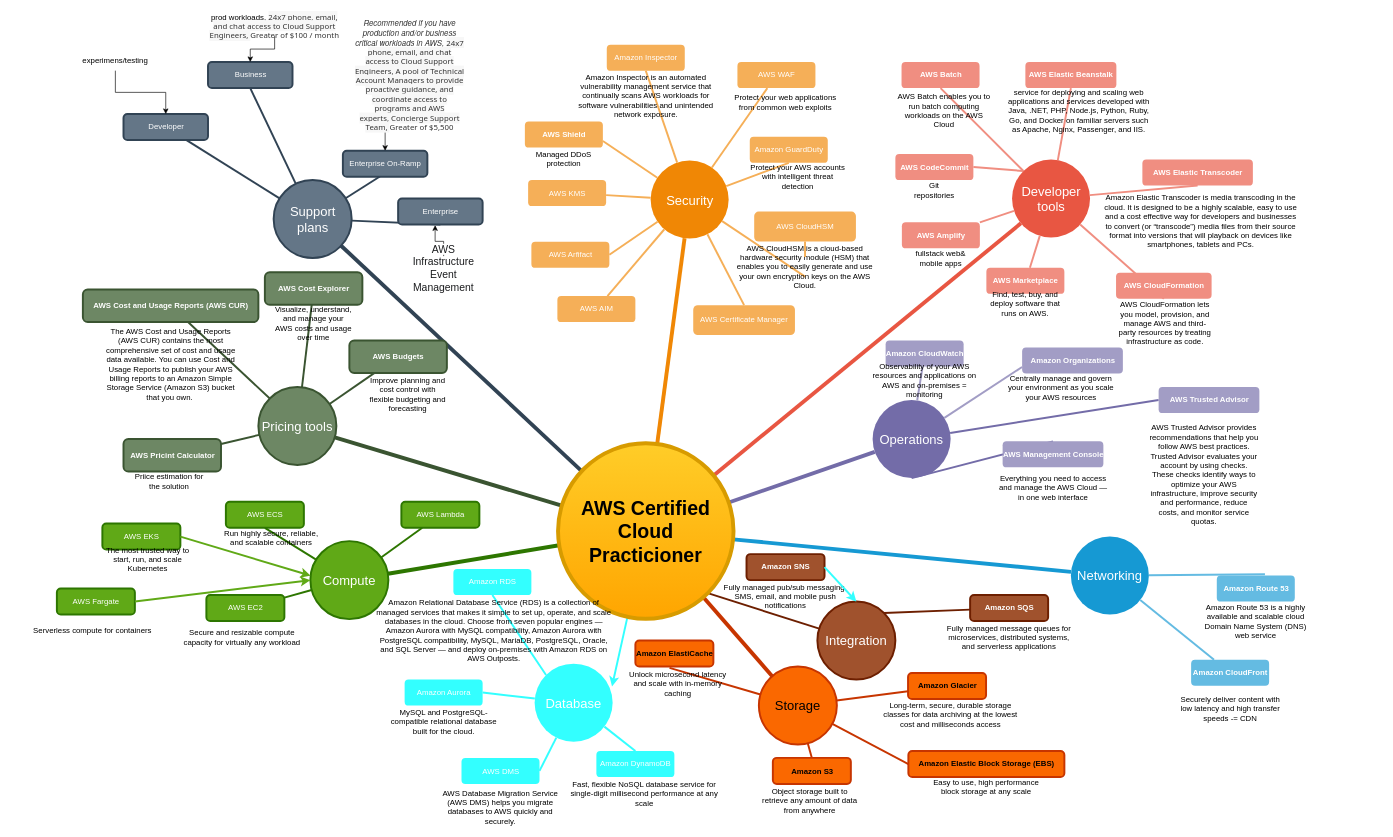
The draw.io diagram mindmap.drawio in stefanbertos/aws-certified-cloud-practicioner, before the edit. Source tidied: cells renumbered, new cells numbered last; positions are measured from the earlier drawing's top-left corner, leaving out a move shared by most shapes. Both pictures are drawn from the tidied source at 65%, with x=0, y=0 at pixel (11, 16).
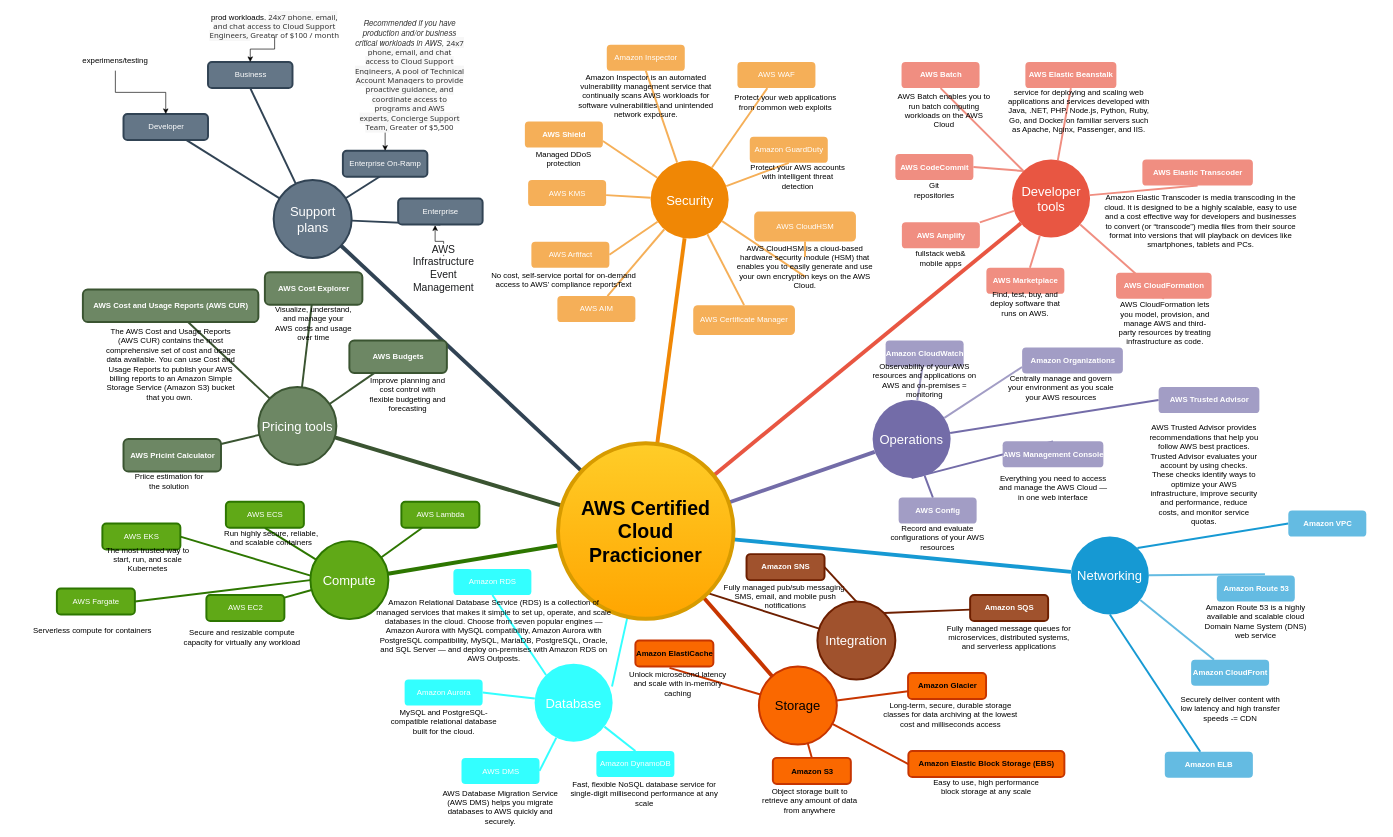
After the change.

The change refers to these unchanged cells:
```xml
<mxCell id="6" value="Networking" style="ellipse;whiteSpace=wrap;html=1;shadow=0;fontFamily=Helvetica;fontSize=20;fontColor=#FFFFFF;align=center;strokeWidth=3;fillColor=#1699D3;strokeColor=none;" parent="1" vertex="1">
  <mxGeometry x="1630" y="800" width="120" height="120" as="geometry" />
</mxCell>
<mxCell id="10" value="Operations" style="ellipse;whiteSpace=wrap;html=1;shadow=0;fontFamily=Helvetica;fontSize=20;fontColor=#FFFFFF;align=center;strokeWidth=3;fillColor=#736CA8;strokeColor=none;" parent="1" vertex="1">
  <mxGeometry x="1325" y="590" width="120" height="120" as="geometry" />
</mxCell>
<mxCell id="53" value="AWS Certified Cloud &lt;br&gt;Practicioner" style="ellipse;whiteSpace=wrap;html=1;shadow=0;fontFamily=Helvetica;fontSize=30;align=center;strokeColor=#d79b00;strokeWidth=6;fillColor=#ffcd28;fontStyle=1;gradientColor=#ffa500;" parent="1" vertex="1">
  <mxGeometry x="841" y="656.5" width="270" height="270" as="geometry" />
</mxCell>
<mxCell id="54" value="Compute" style="ellipse;whiteSpace=wrap;html=1;shadow=0;fontFamily=Helvetica;fontSize=20;fontColor=#ffffff;align=center;strokeWidth=3;fillColor=#60a917;strokeColor=#2D7600;" parent="1" vertex="1">
  <mxGeometry x="460" y="807" width="120" height="120" as="geometry" />
</mxCell>
<mxCell id="105" value="Database" style="ellipse;whiteSpace=wrap;html=1;shadow=0;fontFamily=Helvetica;fontSize=20;fontColor=#FFFFFF;align=center;strokeWidth=3;fillColor=#33FFFF;strokeColor=none;" parent="104" vertex="1">
  <mxGeometry x="275" y="35.5" width="120" height="120" as="geometry" />
</mxCell>
<mxCell id="129" value="Integration" style="ellipse;whiteSpace=wrap;html=1;shadow=0;fontFamily=Helvetica;fontSize=20;align=center;strokeWidth=3;fillColor=#a0522d;strokeColor=#6D1F00;fontColor=#ffffff;" parent="1" vertex="1">
  <mxGeometry x="1240" y="900" width="120" height="120" as="geometry" />
</mxCell>
<mxCell id="195" value="Amazon SNS" style="rounded=1;fillColor=#a0522d;strokeColor=#6D1F00;strokeWidth=3;shadow=0;html=1;fontColor=#ffffff;fontStyle=1;" parent="194" vertex="1">
  <mxGeometry x="45" width="120" height="40" as="geometry" />
</mxCell>
<mxCell id="199" value="AWS EKS" style="rounded=1;fillColor=#60A917;strokeColor=#2D7600;strokeWidth=3;shadow=0;html=1;fontColor=#ffffff;" parent="198" vertex="1">
  <mxGeometry x="10" width="120" height="40" as="geometry" />
</mxCell>
<mxCell id="204" value="AWS Fargate" style="rounded=1;fillColor=#60a917;strokeColor=#2D7600;strokeWidth=3;shadow=0;html=1;fontColor=#ffffff;" parent="203" vertex="1">
  <mxGeometry x="50" width="120" height="40" as="geometry" />
</mxCell>
```

What changed in the source:
```diff
@@
+    <mxCell id="207" style="edgeStyle=none;rounded=0;jettySize=auto;html=1;exitX=1;exitY=0;exitDx=0;exitDy=0;entryX=0;entryY=0.5;entryDx=0;entryDy=0;strokeColor=#1699D3;strokeWidth=3;endArrow=none;endFill=0;" parent="1" edge="1" source="6" target="211">
+      <mxGeometry relative="1" as="geometry" />
+    </mxCell>
+    <mxCell id="208" style="edgeStyle=none;rounded=0;jettySize=auto;html=1;exitX=0.5;exitY=1;exitDx=0;exitDy=0;strokeColor=#1699D3;strokeWidth=3;endArrow=none;endFill=0;" parent="1" edge="1" source="6" target="213">
+      <mxGeometry relative="1" as="geometry" />
+    </mxCell>
@@
+    <mxCell id="209" style="edgeStyle=none;rounded=0;jettySize=auto;html=1;endArrow=none;endFill=0;strokeColor=#736CA8;strokeWidth=3;" parent="1" edge="1" source="10" target="215">
+      <mxGeometry relative="1" as="geometry" />
+    </mxCell>
@@
-    <mxCell id="52" style="rounded=0;jettySize=auto;html=1;entryX=0.992;entryY=0.292;entryDx=0;entryDy=0;entryPerimeter=0;strokeColor=#33FFFF;strokeWidth=3;" parent="1" edge="1" source="53" target="105">
+    <mxCell id="52" style="rounded=0;jettySize=auto;html=1;entryX=0.992;entryY=0.292;entryDx=0;entryDy=0;entryPerimeter=0;strokeColor=#33FFFF;strokeWidth=3;endArrow=none;endFill=0;" parent="1" edge="1" source="53" target="105">
       <mxGeometry relative="1" as="geometry" />
     </mxCell>
@@
-    <mxCell id="60" value="AWS Arfifact" style="rounded=1;fillColor=#f5af58;strokeColor=none;strokeWidth=3;shadow=0;html=1;fontColor=#FFFFFF;" parent="1" vertex="1">
-      <mxGeometry x="800" y="346.5" width="120" height="40" as="geometry" />
-    </mxCell>
@@
-    <mxCell id="197" style="edgeStyle=none;rounded=0;jettySize=auto;html=1;exitX=1;exitY=0.5;exitDx=0;exitDy=0;entryX=0.5;entryY=0;entryDx=0;entryDy=0;strokeColor=#33FFFF;strokeWidth=3;" parent="1" edge="1" source="195" target="129">
+    <mxCell id="197" style="edgeStyle=none;rounded=0;jettySize=auto;html=1;exitX=1;exitY=0.5;exitDx=0;exitDy=0;entryX=0.5;entryY=0;entryDx=0;entryDy=0;strokeColor=#6D1F00;strokeWidth=3;endArrow=none;endFill=0;" parent="1" edge="1" source="195" target="129">
       <mxGeometry relative="1" as="geometry" />
     </mxCell>
@@
-    <mxCell id="201" style="edgeStyle=none;rounded=0;jettySize=auto;html=1;exitX=1;exitY=0.5;exitDx=0;exitDy=0;entryX=0.003;entryY=0.443;entryDx=0;entryDy=0;entryPerimeter=0;strokeColor=#60A917;strokeWidth=3;" parent="1" edge="1" source="199" target="54">
+    <mxCell id="201" style="edgeStyle=none;rounded=0;jettySize=auto;html=1;exitX=1;exitY=0.5;exitDx=0;exitDy=0;entryX=0.003;entryY=0.443;entryDx=0;entryDy=0;entryPerimeter=0;strokeColor=#2D7600;strokeWidth=3;endArrow=none;endFill=0;" parent="1" edge="1" source="199" target="54">
       <mxGeometry relative="1" as="geometry" />
     </mxCell>
@@
-    <mxCell id="206" style="edgeStyle=none;rounded=0;jettySize=auto;html=1;exitX=1;exitY=0.5;exitDx=0;exitDy=0;entryX=0;entryY=0.5;entryDx=0;entryDy=0;strokeColor=#60A917;strokeWidth=3;" parent="1" edge="1" source="204" target="54">
+    <mxCell id="206" style="edgeStyle=none;rounded=0;jettySize=auto;html=1;exitX=1;exitY=0.5;exitDx=0;exitDy=0;entryX=0;entryY=0.5;entryDx=0;entryDy=0;strokeColor=#2D7600;strokeWidth=3;endArrow=none;endFill=0;" parent="1" edge="1" source="204" target="54">
       <mxGeometry relative="1" as="geometry" />
     </mxCell>
+    <mxCell id="210" style="group;" parent="1" vertex="1">
+      <mxGeometry x="1940" y="750" width="169" height="100" as="geometry" />
+    </mxCell>
+    <mxCell id="211" value="Amazon VPC" style="rounded=1;fillColor=#64BBE2;strokeColor=none;strokeWidth=3;shadow=0;html=1;fontColor=#FFFFFF;fontStyle=1;" parent="210" vertex="1">
+      <mxGeometry x="24.5" y="10" width="120" height="40" as="geometry" />
+    </mxCell>
+    <mxCell id="212" style="group;" parent="1" vertex="1">
+      <mxGeometry x="1750" y="1121" width="169" height="100" as="geometry" />
+    </mxCell>
+    <mxCell id="213" value="Amazon ELB" style="rounded=1;fillColor=#64BBE2;strokeColor=none;strokeWidth=3;shadow=0;html=1;fontColor=#FFFFFF;fontStyle=1;" parent="212" vertex="1">
+      <mxGeometry x="24.5" y="10" width="135.5" height="40" as="geometry" />
+    </mxCell>
+    <mxCell id="214" style="group;" parent="1" vertex="1">
+      <mxGeometry x="1340" y="740" width="170" height="76.5" as="geometry" />
+    </mxCell>
+    <mxCell id="215" value="AWS Config" style="rounded=1;fillColor=#a29dc5;strokeColor=none;strokeWidth=3;shadow=0;html=1;fontColor=#FFFFFF;fontStyle=1;" parent="214" vertex="1">
+      <mxGeometry x="25" width="120" height="40" as="geometry" />
+    </mxCell>
+    <mxCell id="216" value="Record and evaluate configurations of your AWS resources" style="text;html=1;strokeColor=none;fillColor=none;align=center;verticalAlign=middle;whiteSpace=wrap;rounded=0;" parent="214" vertex="1">
+      <mxGeometry y="46.5" width="170" height="30" as="geometry" />
+    </mxCell>
+    <mxCell id="217" style="group;" parent="1" vertex="1">
+      <mxGeometry x="735" y="346.5" width="230" height="73.5" as="geometry" />
+    </mxCell>
+    <mxCell id="60" value="AWS Arfifact" style="rounded=1;fillColor=#f5af58;strokeColor=none;strokeWidth=3;shadow=0;html=1;fontColor=#FFFFFF;" parent="217" vertex="1">
+      <mxGeometry x="65" width="120" height="40" as="geometry" />
+    </mxCell>
+    <mxCell id="218" value="No cost, self-service portal for on-demand access to AWS’ compliance reportsText" style="text;html=1;strokeColor=none;fillColor=none;align=center;verticalAlign=middle;whiteSpace=wrap;rounded=0;" parent="217" vertex="1">
+      <mxGeometry y="43.5" width="230" height="30" as="geometry" />
+    </mxCell>
```
